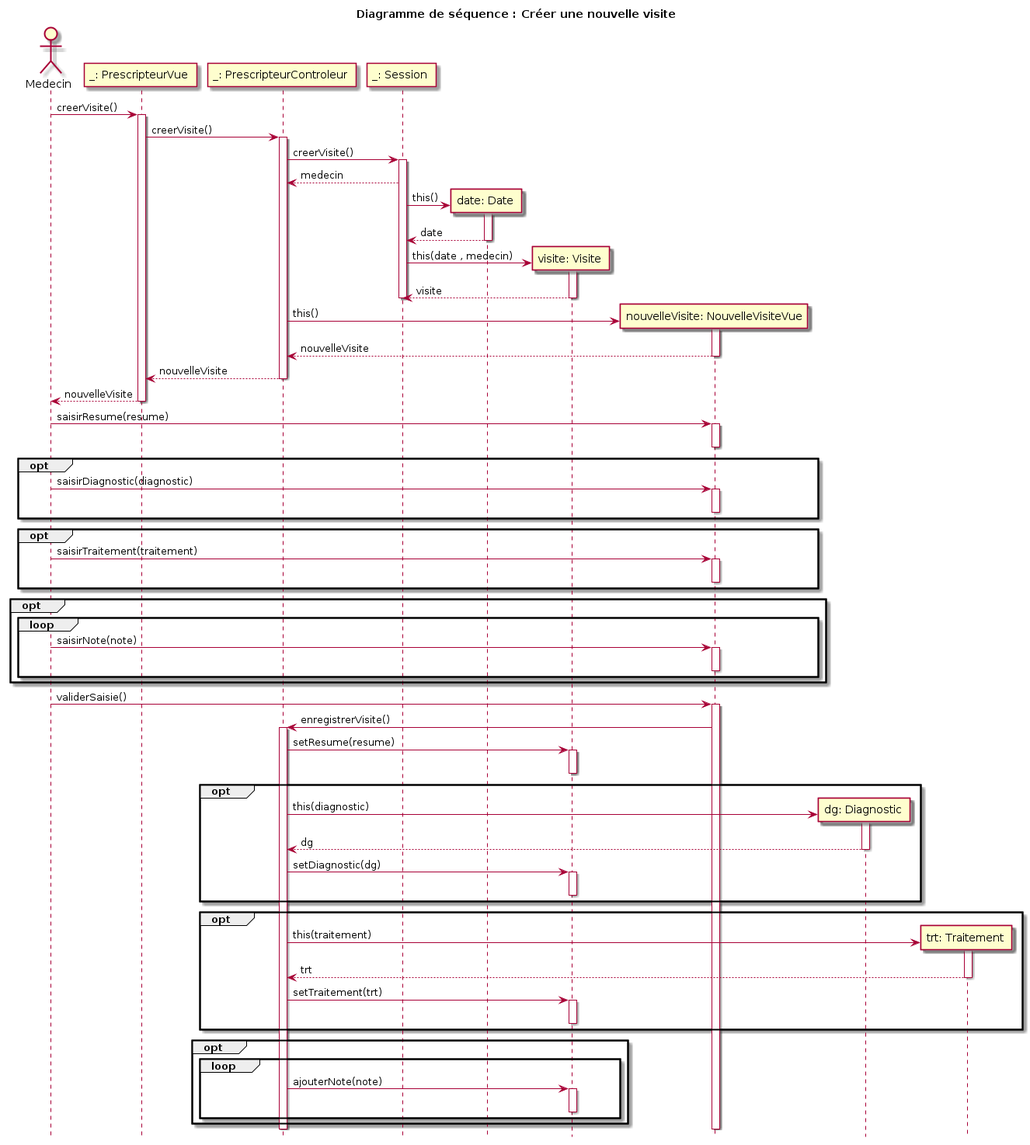
Before: models/sequence_diagram_nouvelle_visite.png, a diagram exported from PlantUML (fethiuqam/INF5153-Projet-Session).
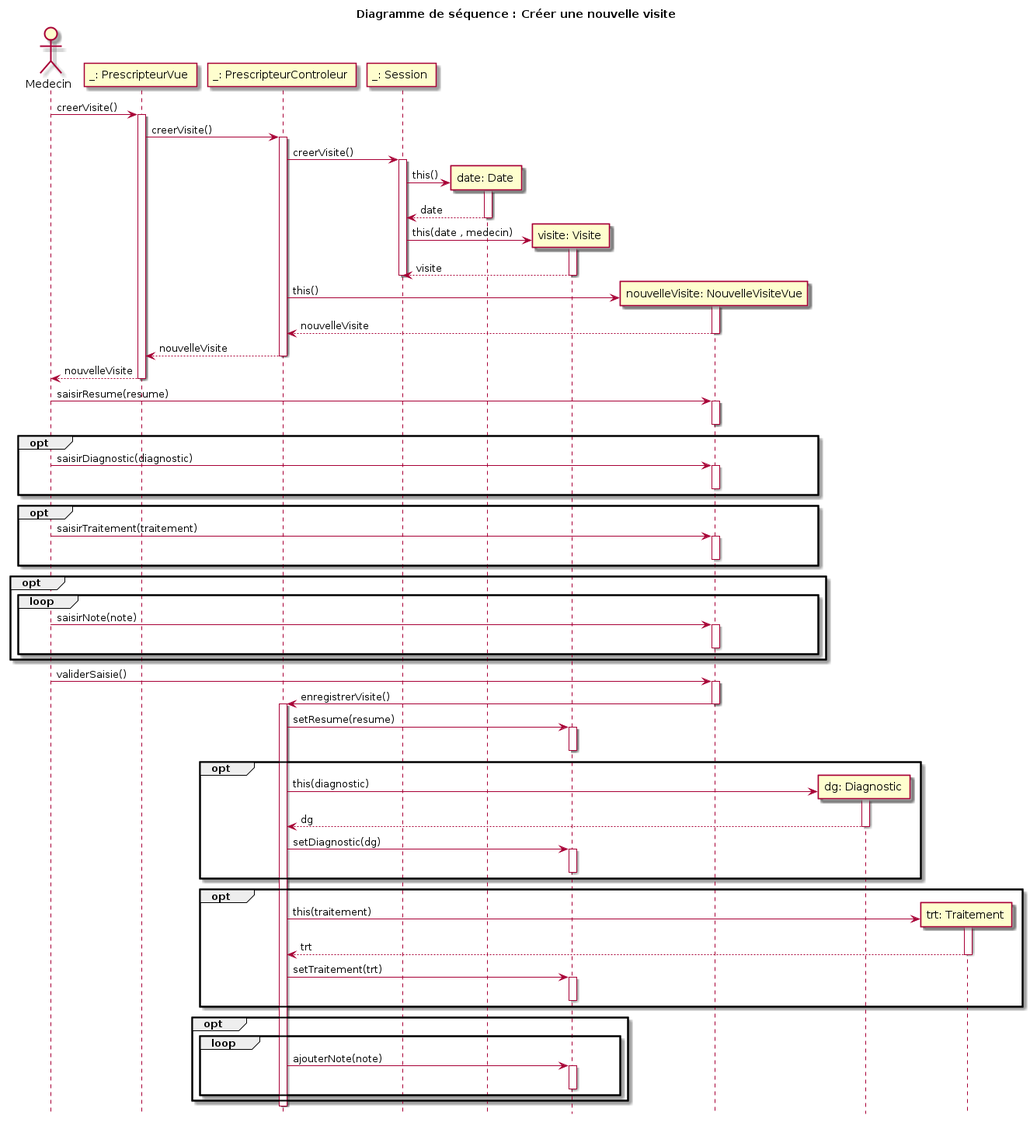
Above is the later version.

Commit message:
ajout du diagramme de sequence ajouter nouvel antecedent

Change to the diagram source:
```diff
@@ -15,7 +15,6 @@
     participant "_: Session " as ssn
     pc -> ssn : creerVisite()
     activate ssn
-    ssn --> pc : medecin
         create participant "date: Date " as dt
         ssn -> dt : this()
         activate dt
@@ -66,6 +65,7 @@
 med -> nvf : validerSaisie()
 activate nvf
     nvf -> pc : enregistrerVisite()
+    deactivate nvf
     activate pc
     pc -> v : setResume(resume)
     activate v
@@ -102,7 +102,5 @@
     end
 
     deactivate pc
-deactivate nvf
-
 
 @enduml
```
